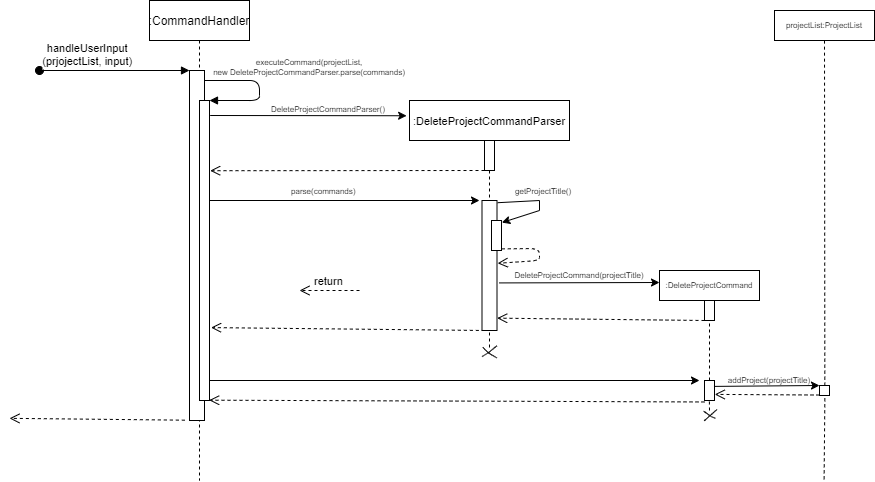
nus-cs2113-AY2122S2/tp keeps this draw.io diagram as docs/UmlDiagrams/addProjectNew.png. Above is the earlier version. Source tidied: cells renumbered, new cells last; positions are measured from the earlier drawing's top-left corner, leaving out a move shared by most shapes.
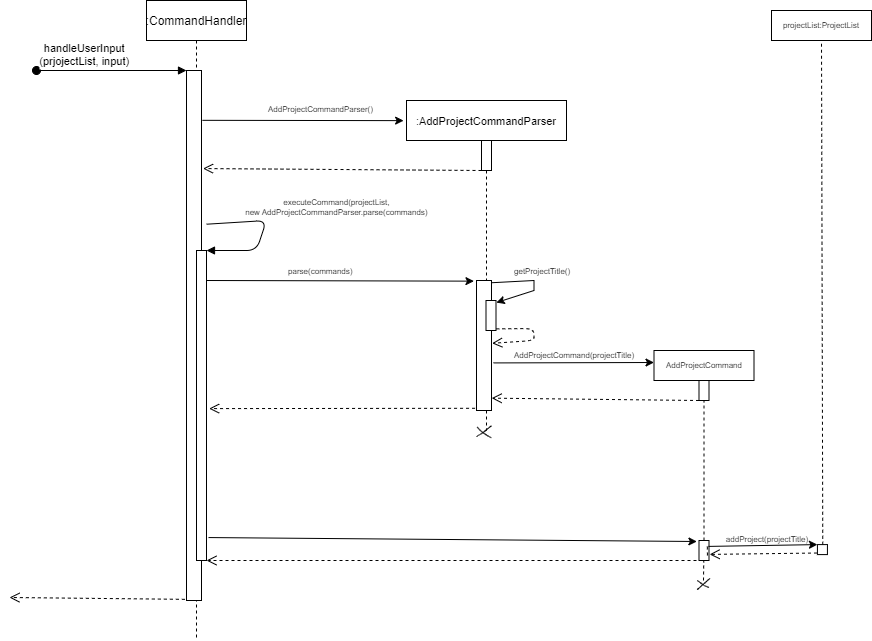
Later version of the same file.

Change to the diagram source:
```diff
@@ -5,8 +5,8 @@
     <mxCell id="2" value=":CommandHandler" style="shape=umlLifeline;perimeter=lifelinePerimeter;rounded=0;shadow=0;strokeWidth=1;" parent="1" vertex="1">
-      <mxGeometry x="140" width="100" height="480" as="geometry" />
+      <mxGeometry x="140" width="100" height="640" as="geometry" />
     </mxCell>
-    <mxCell id="3" style="points=[];perimeter=orthogonalPerimeter;rounded=0;shadow=0;strokeWidth=1;" parent="2" vertex="1">
-      <mxGeometry x="40" y="70" width="15" height="350" as="geometry" />
-    </mxCell>
+    <mxCell id="45" style="points=[];perimeter=orthogonalPerimeter;rounded=0;shadow=0;strokeWidth=1;" parent="2" vertex="1">
+      <mxGeometry x="40" y="70" width="15" height="530" as="geometry" />
+    </mxCell>
-    <mxCell id="4" value="handleUserInput&#10;(prjojectList, input)" style="verticalAlign=bottom;startArrow=oval;endArrow=block;startSize=8;shadow=0;strokeWidth=1;" parent="2" edge="1" target="3">
+    <mxCell id="4" value="handleUserInput&#10;(prjojectList, input)" style="verticalAlign=bottom;startArrow=oval;endArrow=block;startSize=8;shadow=0;strokeWidth=1;" parent="2" edge="1" target="45">
       <mxGeometry x="-0.35" relative="1" as="geometry">
@@ -15,133 +15,65 @@
     </mxCell>
-    <mxCell id="5" value="executeCommand(projectList,&#10;new DeleteProjectCommandParser.parse(commands)" style="verticalAlign=bottom;endArrow=block;shadow=0;strokeWidth=1;fontSize=8;" parent="2" edge="1" source="3">
-      <mxGeometry x="-0.12" y="50" relative="1" as="geometry">
-        <mxPoint x="60" y="100" as="targetPoint" />
-        <Array as="points">
-          <mxPoint x="110" y="80" />
-          <mxPoint x="110" y="100" />
-        </Array>
-      </mxGeometry>
-    </mxCell>
-    <mxCell id="6" style="endArrow=classic;html=1;rounded=0;fontSize=8;exitX=1.26;exitY=0.119;exitDx=0;exitDy=0;exitPerimeter=0;" parent="2" edge="1">
-      <mxGeometry relative="1" as="geometry">
-        <mxPoint x="55" y="380" as="sourcePoint" />
-        <mxPoint x="550" y="380" as="targetPoint" />
-      </mxGeometry>
-    </mxCell>
-    <mxCell id="7" value=":DeleteProjectCommandParser" style="shape=umlLifeline;perimeter=lifelinePerimeter;rounded=0;shadow=0;strokeWidth=1;fontSize=11;" parent="1" vertex="1">
-      <mxGeometry x="400" y="100" width="160" height="250" as="geometry" />
-    </mxCell>
+    <mxCell id="46" style="endArrow=classic;html=1;rounded=0;fontSize=8;entryX=-0.17;entryY=0.005;entryDx=0;entryDy=0;entryPerimeter=0;" parent="2" edge="1" target="65">
+      <mxGeometry relative="1" as="geometry">
+        <mxPoint x="60" y="280" as="sourcePoint" />
+      </mxGeometry>
+    </mxCell>
+    <mxCell id="47" value=":AddProjectCommandParser" style="shape=umlLifeline;perimeter=lifelinePerimeter;rounded=0;shadow=0;strokeWidth=1;fontSize=11;" parent="1" vertex="1">
+      <mxGeometry x="400" y="100" width="160" height="330" as="geometry" />
+    </mxCell>
-    <mxCell id="8" style="perimeter=orthogonalPerimeter;rounded=0;shadow=0;strokeWidth=1;" parent="7" vertex="1">
+    <mxCell id="8" style="perimeter=orthogonalPerimeter;rounded=0;shadow=0;strokeWidth=1;" parent="47" vertex="1">
       <mxGeometry x="75" y="40" width="10" height="30" as="geometry" />
     </mxCell>
-    <mxCell id="9" style="verticalAlign=bottom;endArrow=open;dashed=1;endSize=8;shadow=0;strokeWidth=1;entryX=1.067;entryY=0.234;entryDx=0;entryDy=0;entryPerimeter=0;" parent="7" edge="1" target="15">
-      <mxGeometry relative="1" as="geometry">
-        <mxPoint x="75" y="70" as="sourcePoint" />
-      </mxGeometry>
-    </mxCell>
-    <mxCell id="10" style="points=[];perimeter=orthogonalPerimeter;rounded=0;shadow=0;strokeWidth=1;" parent="7" vertex="1">
-      <mxGeometry x="72.5" y="100" width="15" height="130" as="geometry" />
-    </mxCell>
-    <mxCell id="11" style="points=[];perimeter=orthogonalPerimeter;rounded=0;shadow=0;strokeWidth=1;" parent="7" vertex="1">
-      <mxGeometry x="82" y="120" width="10" height="30" as="geometry" />
-    </mxCell>
-    <mxCell id="12" style="endArrow=classic;html=1;rounded=0;fontSize=8;exitX=1.04;exitY=0.017;exitDx=0;exitDy=0;exitPerimeter=0;entryX=1.033;entryY=0.07;entryDx=0;entryDy=0;entryPerimeter=0;" parent="7" edge="1" source="10" target="11">
-      <mxGeometry relative="1" as="geometry">
-        <Array as="points">
-          <mxPoint x="130" y="100" />
-          <mxPoint x="130" y="110" />
-        </Array>
-      </mxGeometry>
-    </mxCell>
-    <mxCell id="13" style="verticalAlign=bottom;endArrow=open;dashed=1;endSize=8;shadow=0;strokeWidth=1;exitX=1.029;exitY=0.946;exitDx=0;exitDy=0;exitPerimeter=0;entryX=1.043;entryY=0.483;entryDx=0;entryDy=0;entryPerimeter=0;" parent="7" edge="1" source="11" target="10">
-      <mxGeometry x="-0.67" y="-30" relative="1" as="geometry">
-        <Array as="points">
-          <mxPoint x="130" y="148" />
-          <mxPoint x="130" y="160" />
-        </Array>
-      </mxGeometry>
-    </mxCell>
-    <mxCell id="14" value="return" style="verticalAlign=bottom;endArrow=open;dashed=1;endSize=8;shadow=0;strokeWidth=1;" parent="1" edge="1">
-      <mxGeometry relative="1" as="geometry">
-        <mxPoint x="350" y="290" as="sourcePoint" />
-        <mxPoint x="290" y="290" as="targetPoint" />
-      </mxGeometry>
-    </mxCell>
-    <mxCell id="15" style="rounded=0;whiteSpace=wrap;html=1;fontSize=8;" parent="1" vertex="1">
-      <mxGeometry x="190" y="100" width="10" height="300" as="geometry" />
-    </mxCell>
-    <mxCell id="16" style="endArrow=classic;html=1;rounded=0;fontSize=8;entryX=-0.018;entryY=0.061;entryDx=0;entryDy=0;entryPerimeter=0;exitX=1.067;exitY=0.05;exitDx=0;exitDy=0;exitPerimeter=0;" parent="1" edge="1" source="15" target="7">
-      <mxGeometry relative="1" as="geometry" />
-    </mxCell>
-    <mxCell id="17" value="&lt;div style=&quot;text-align: center&quot;&gt;&lt;font face=&quot;helvetica&quot;&gt;&lt;span style=&quot;background-color: rgb(255 , 255 , 255)&quot;&gt;DeleteProjectCommandParser()&lt;/span&gt;&lt;/font&gt;&lt;/div&gt;" style="text;whiteSpace=wrap;html=1;fontSize=8;" parent="1" vertex="1">
-      <mxGeometry x="260" y="98" width="110" height="20" as="geometry" />
-    </mxCell>
-    <mxCell id="18" style="endArrow=classic;html=1;rounded=0;fontSize=8;exitX=1.26;exitY=0.119;exitDx=0;exitDy=0;exitPerimeter=0;" parent="1" edge="1">
-      <mxGeometry relative="1" as="geometry">
-        <mxPoint x="200" y="200" as="sourcePoint" />
-        <mxPoint x="470" y="200" as="targetPoint" />
-      </mxGeometry>
-    </mxCell>
+    <mxCell id="48" style="verticalAlign=bottom;endArrow=open;dashed=1;endSize=8;shadow=0;strokeWidth=1;entryX=1.103;entryY=0.185;entryDx=0;entryDy=0;entryPerimeter=0;" parent="47" edge="1" target="45">
+      <mxGeometry relative="1" as="geometry">
+        <mxPoint x="75" y="70" as="sourcePoint" />
+      </mxGeometry>
+    </mxCell>
+    <mxCell id="49" style="rounded=0;whiteSpace=wrap;html=1;fontSize=8;" parent="1" vertex="1">
+      <mxGeometry x="190" y="250" width="10" height="310" as="geometry" />
+    </mxCell>
+    <mxCell id="50" style="endArrow=classic;html=1;rounded=0;fontSize=8;entryX=-0.018;entryY=0.061;entryDx=0;entryDy=0;entryPerimeter=0;exitX=1.063;exitY=0.094;exitDx=0;exitDy=0;exitPerimeter=0;" parent="1" edge="1" source="45" target="47">
+      <mxGeometry relative="1" as="geometry" />
+    </mxCell>
+    <mxCell id="51" value="&lt;div style=&quot;text-align: center&quot;&gt;&lt;font face=&quot;helvetica&quot;&gt;&lt;span style=&quot;background-color: rgb(255 , 255 , 255)&quot;&gt;AddProjectCommandParser()&lt;/span&gt;&lt;/font&gt;&lt;/div&gt;" style="text;whiteSpace=wrap;html=1;fontSize=8;" parent="1" vertex="1">
+      <mxGeometry x="260" y="98" width="110" height="20" as="geometry" />
+    </mxCell>
     <mxCell id="19" value="&lt;div style=&quot;text-align: center&quot;&gt;&lt;font face=&quot;helvetica&quot;&gt;&lt;span style=&quot;background-color: rgb(255 , 255 , 255)&quot;&gt;parse(commands)&lt;/span&gt;&lt;/font&gt;&lt;/div&gt;" style="text;whiteSpace=wrap;html=1;fontSize=8;" parent="1" vertex="1">
-      <mxGeometry x="280" y="180" width="110" height="20" as="geometry" />
+      <mxGeometry x="280" y="260" width="110" height="20" as="geometry" />
     </mxCell>
     <mxCell id="20" value="&lt;div style=&quot;text-align: center&quot;&gt;&lt;font face=&quot;helvetica&quot;&gt;&lt;span style=&quot;background-color: rgb(255 , 255 , 255)&quot;&gt;getProjectTitle()&lt;/span&gt;&lt;/font&gt;&lt;/div&gt;" style="text;whiteSpace=wrap;html=1;fontSize=8;" parent="1" vertex="1">
-      <mxGeometry x="504" y="180" width="110" height="20" as="geometry" />
+      <mxGeometry x="505.5" y="260" width="110" height="20" as="geometry" />
     </mxCell>
-    <mxCell id="21" style="endArrow=classic;html=1;rounded=0;fontSize=8;exitX=1.134;exitY=0.634;exitDx=0;exitDy=0;exitPerimeter=0;" parent="1" edge="1" source="10">
-      <mxGeometry relative="1" as="geometry">
-        <mxPoint x="650" y="282" as="targetPoint" />
-      </mxGeometry>
-    </mxCell>
-    <mxCell id="22" style="rounded=0;whiteSpace=wrap;html=1;fontSize=8;" parent="1" vertex="1">
-      <mxGeometry x="650" y="270" width="100" height="30" as="geometry" />
-    </mxCell>
-    <mxCell id="23" value=":DeleteProjectCommand" style="text;html=1;strokeColor=none;fillColor=none;align=center;verticalAlign=middle;whiteSpace=wrap;rounded=0;fontSize=8;" parent="1" vertex="1">
-      <mxGeometry x="670" y="270" width="60" height="30" as="geometry" />
-    </mxCell>
-    <mxCell id="24" value="DeleteProjectCommand(projectTitle)" style="text;html=1;strokeColor=none;fillColor=none;align=center;verticalAlign=middle;whiteSpace=wrap;rounded=0;fontSize=8;" parent="1" vertex="1">
-      <mxGeometry x="540" y="260" width="60" height="30" as="geometry" />
-    </mxCell>
-    <mxCell id="25" style="points=[];perimeter=orthogonalPerimeter;rounded=0;shadow=0;strokeWidth=1;" parent="1" vertex="1">
-      <mxGeometry x="695" y="300" width="10" height="20" as="geometry" />
-    </mxCell>
-    <mxCell id="26" style="verticalAlign=bottom;endArrow=open;dashed=1;endSize=8;shadow=0;strokeWidth=1;entryX=1.012;entryY=0.905;entryDx=0;entryDy=0;entryPerimeter=0;" parent="1" edge="1" target="10">
-      <mxGeometry x="0.11" y="-9" relative="1" as="geometry">
-        <mxPoint x="695" y="320" as="sourcePoint" />
-      </mxGeometry>
-    </mxCell>
-    <mxCell id="27" style="verticalAlign=bottom;endArrow=open;dashed=1;endSize=8;shadow=0;strokeWidth=1;entryX=1.156;entryY=0.757;entryDx=0;entryDy=0;entryPerimeter=0;" parent="1" edge="1" target="15">
-      <mxGeometry x="0.11" y="-9" relative="1" as="geometry">
-        <mxPoint x="475.3" y="330" as="sourcePoint" />
-      </mxGeometry>
-    </mxCell>
-    <mxCell id="28" style="endArrow=none;dashed=1;html=1;rounded=0;fontSize=8;entryX=0.5;entryY=1;entryDx=0;entryDy=0;entryPerimeter=0;exitX=0.5;exitY=0;exitDx=0;exitDy=0;exitPerimeter=0;" parent="1" edge="1" source="31" target="25">
-      <mxGeometry relative="1" as="geometry" />
-    </mxCell>
-    <mxCell id="29" style="shape=(stored shape, 400 characters);fillColor=none;fontSize=8;" parent="1" vertex="1">
-      <mxGeometry x="473.2" y="346.6" width="14.1" height="10.9" as="geometry" />
-    </mxCell>
-    <mxCell id="30" style="shape=(stored shape, 496 characters);fillColor=none;fontSize=8;" parent="1" vertex="1">
-      <mxGeometry x="472.6" y="345.3" width="15" height="10.9" as="geometry" />
-    </mxCell>
-    <mxCell id="31" style="points=[];perimeter=orthogonalPerimeter;rounded=0;shadow=0;strokeWidth=1;" parent="1" vertex="1">
-      <mxGeometry x="695" y="380" width="10" height="20" as="geometry" />
-    </mxCell>
-    <mxCell id="32" style="verticalAlign=bottom;endArrow=open;dashed=1;endSize=8;shadow=0;strokeWidth=1;entryX=1.311;entryY=0.942;entryDx=0;entryDy=0;entryPerimeter=0;" parent="1" edge="1" target="3">
-      <mxGeometry x="0.11" y="-9" relative="1" as="geometry">
-        <mxPoint x="695" y="401.5" as="sourcePoint" />
-      </mxGeometry>
-    </mxCell>
-    <mxCell id="33" style="endArrow=none;dashed=1;html=1;rounded=0;fontSize=8;entryX=0.5;entryY=1;entryDx=0;entryDy=0;entryPerimeter=0;" parent="1" edge="1">
-      <mxGeometry relative="1" as="geometry">
-        <mxPoint x="700" y="410" as="sourcePoint" />
-        <mxPoint x="699.9" y="400" as="targetPoint" />
-      </mxGeometry>
-    </mxCell>
-    <mxCell id="34" style="shape=(stored shape, 420 characters);fillColor=none;fontSize=8;" parent="1" vertex="1">
-      <mxGeometry x="694.1" y="410.8" width="11.9" height="7.1" as="geometry" />
-    </mxCell>
-    <mxCell id="35" style="shape=(stored shape, 264 characters);fillColor=none;fontSize=8;" parent="1" vertex="1">
-      <mxGeometry x="694.6" y="409.1" width="13" height="11.1" as="geometry" />
-    </mxCell>
+    <mxCell id="52" style="verticalAlign=bottom;endArrow=open;dashed=1;endSize=8;shadow=0;strokeWidth=1;entryX=1.264;entryY=0.51;entryDx=0;entryDy=0;exitX=-0.097;exitY=0.983;exitDx=0;exitDy=0;exitPerimeter=0;entryPerimeter=0;" parent="1" edge="1" source="65" target="49">
+      <mxGeometry x="0.11" y="-9" relative="1" as="geometry" />
+    </mxCell>
+    <mxCell id="53" style="endArrow=none;dashed=1;html=1;rounded=0;fontSize=8;entryX=0.5;entryY=1;entryDx=0;entryDy=0;entryPerimeter=0;exitX=0.5;exitY=0;exitDx=0;exitDy=0;exitPerimeter=0;" parent="1" edge="1" source="54" target="73">
+      <mxGeometry relative="1" as="geometry" />
+    </mxCell>
+    <mxCell id="54" style="points=[];perimeter=orthogonalPerimeter;rounded=0;shadow=0;strokeWidth=1;" parent="1" vertex="1">
+      <mxGeometry x="692.5" y="540" width="10" height="20" as="geometry" />
+    </mxCell>
+    <mxCell id="55" style="verticalAlign=bottom;endArrow=open;dashed=1;endSize=8;shadow=0;strokeWidth=1;entryX=1;entryY=1;entryDx=0;entryDy=0;" parent="1" edge="1" target="49">
+      <mxGeometry x="0.11" y="-9" relative="1" as="geometry">
+        <mxPoint x="690" y="560" as="sourcePoint" />
+      </mxGeometry>
+    </mxCell>
+    <mxCell id="56" style="endArrow=none;dashed=1;html=1;rounded=0;fontSize=8;entryX=0.5;entryY=1;entryDx=0;entryDy=0;entryPerimeter=0;" parent="1" edge="1">
+      <mxGeometry relative="1" as="geometry">
+        <mxPoint x="700.9" y="555" as="sourcePoint" />
+        <mxPoint x="700.8" y="545" as="targetPoint" />
+      </mxGeometry>
+    </mxCell>
+    <mxCell id="57" style="shape=(stored shape, 420 characters);fillColor=none;fontSize=8;" parent="1" vertex="1">
+      <mxGeometry x="690.6" y="580" width="11.9" height="7.1" as="geometry" />
+    </mxCell>
+    <mxCell id="58" style="shape=(stored shape, 264 characters);fillColor=none;fontSize=8;" parent="1" vertex="1">
+      <mxGeometry x="690.6" y="578" width="13" height="11.1" as="geometry" />
+    </mxCell>
+    <mxCell id="59" style="verticalAlign=bottom;endArrow=open;dashed=1;endSize=8;shadow=0;strokeWidth=1;" parent="1" edge="1">
+      <mxGeometry x="0.11" y="-9" relative="1" as="geometry">
+        <mxPoint x="178.3" y="598.8" as="sourcePoint" />
+        <mxPoint x="3" y="597" as="targetPoint" />
+      </mxGeometry>
+    </mxCell>
     <mxCell id="36" style="rounded=0;whiteSpace=wrap;html=1;fontSize=8;" parent="1" vertex="1">
@@ -152,34 +84,85 @@
     </mxCell>
-    <mxCell id="38" style="endArrow=none;dashed=1;html=1;rounded=0;fontSize=11;entryX=0.5;entryY=1;entryDx=0;entryDy=0;exitX=0.533;exitY=0.014;exitDx=0;exitDy=0;exitPerimeter=0;" parent="1" edge="1" source="39" target="37">
-      <mxGeometry relative="1" as="geometry" />
-    </mxCell>
-    <mxCell id="39" style="points=[];perimeter=orthogonalPerimeter;rounded=0;shadow=0;strokeWidth=1;" parent="1" vertex="1">
-      <mxGeometry x="810" y="385" width="10" height="10" as="geometry" />
-    </mxCell>
-    <mxCell id="40" style="endArrow=classic;html=1;rounded=0;fontSize=11;exitX=0.948;exitY=0.295;exitDx=0;exitDy=0;exitPerimeter=0;entryX=0;entryY=0;entryDx=0;entryDy=0;entryPerimeter=0;" parent="1" edge="1" target="39">
-      <mxGeometry relative="1" as="geometry">
-        <mxPoint x="704.5" y="385.9" as="sourcePoint" />
-      </mxGeometry>
-    </mxCell>
+    <mxCell id="60" style="endArrow=none;dashed=1;html=1;rounded=0;fontSize=11;entryX=0.5;entryY=1;entryDx=0;entryDy=0;exitX=0.533;exitY=0.014;exitDx=0;exitDy=0;exitPerimeter=0;" parent="1" edge="1" source="61" target="37">
+      <mxGeometry relative="1" as="geometry" />
+    </mxCell>
+    <mxCell id="61" style="points=[];perimeter=orthogonalPerimeter;rounded=0;shadow=0;strokeWidth=1;" parent="1" vertex="1">
+      <mxGeometry x="810.9" y="544.1" width="10" height="10" as="geometry" />
+    </mxCell>
+    <mxCell id="62" style="endArrow=classic;html=1;rounded=0;fontSize=11;exitX=0.948;exitY=0.295;exitDx=0;exitDy=0;exitPerimeter=0;entryX=0;entryY=0;entryDx=0;entryDy=0;entryPerimeter=0;" parent="1" edge="1" source="54" target="61">
+      <mxGeometry relative="1" as="geometry" />
+    </mxCell>
     <mxCell id="41" value="addProject(projectTitle)" style="text;html=1;strokeColor=none;fillColor=none;align=center;verticalAlign=middle;whiteSpace=wrap;rounded=0;fontSize=8;" parent="1" vertex="1">
-      <mxGeometry x="730" y="365" width="60" height="30" as="geometry" />
+      <mxGeometry x="730.9" y="524.1" width="60" height="30" as="geometry" />
     </mxCell>
-    <mxCell id="42" style="verticalAlign=bottom;endArrow=open;dashed=1;endSize=8;shadow=0;strokeWidth=1;entryX=1.024;entryY=0.695;entryDx=0;entryDy=0;entryPerimeter=0;" parent="1" edge="1">
-      <mxGeometry x="0.11" y="-9" relative="1" as="geometry">
-        <mxPoint x="810" y="394.5" as="sourcePoint" />
-        <mxPoint x="705.2" y="393.9" as="targetPoint" />
-      </mxGeometry>
-    </mxCell>
-    <mxCell id="43" style="endArrow=none;dashed=1;html=1;rounded=0;fontSize=11;entryX=0.435;entryY=1.044;entryDx=0;entryDy=0;entryPerimeter=0;exitX=0.533;exitY=0.014;exitDx=0;exitDy=0;exitPerimeter=0;" parent="1" edge="1">
-      <mxGeometry relative="1" as="geometry">
-        <mxPoint x="814.6" y="478.8" as="sourcePoint" />
-        <mxPoint x="815.4" y="395" as="targetPoint" />
-      </mxGeometry>
-    </mxCell>
-    <mxCell id="44" style="verticalAlign=bottom;endArrow=open;dashed=1;endSize=8;shadow=0;strokeWidth=1;" parent="1" edge="1">
-      <mxGeometry x="0.11" y="-9" relative="1" as="geometry">
-        <mxPoint x="175.3" y="419.7" as="sourcePoint" />
-        <mxPoint y="417.8" as="targetPoint" />
-      </mxGeometry>
-    </mxCell>
+    <mxCell id="63" style="verticalAlign=bottom;endArrow=open;dashed=1;endSize=8;shadow=0;strokeWidth=1;exitX=-0.045;exitY=0.843;exitDx=0;exitDy=0;exitPerimeter=0;entryX=1.063;entryY=0.695;entryDx=0;entryDy=0;entryPerimeter=0;" parent="1" edge="1" source="61" target="54">
+      <mxGeometry x="0.11" y="-9" relative="1" as="geometry" />
+    </mxCell>
+    <mxCell id="64" style="endArrow=classic;html=1;rounded=0;fontSize=8;exitX=1.2;exitY=0.926;exitDx=0;exitDy=0;exitPerimeter=0;entryX=-0.212;entryY=0.05;entryDx=0;entryDy=0;entryPerimeter=0;" parent="1" edge="1" source="49" target="54">
+      <mxGeometry relative="1" as="geometry" />
+    </mxCell>
+    <mxCell id="65" style="points=[];perimeter=orthogonalPerimeter;rounded=0;shadow=0;strokeWidth=1;" parent="1" vertex="1">
+      <mxGeometry x="470" y="280" width="15" height="130" as="geometry" />
+    </mxCell>
+    <mxCell id="66" style="points=[];perimeter=orthogonalPerimeter;rounded=0;shadow=0;strokeWidth=1;" parent="1" vertex="1">
+      <mxGeometry x="479.5" y="300" width="10" height="30" as="geometry" />
+    </mxCell>
+    <mxCell id="67" style="endArrow=classic;html=1;rounded=0;fontSize=8;exitX=1.04;exitY=0.017;exitDx=0;exitDy=0;exitPerimeter=0;entryX=1.033;entryY=0.07;entryDx=0;entryDy=0;entryPerimeter=0;" parent="1" edge="1" source="65" target="66">
+      <mxGeometry relative="1" as="geometry">
+        <Array as="points">
+          <mxPoint x="527.5" y="280" />
+          <mxPoint x="527.5" y="290" />
+        </Array>
+      </mxGeometry>
+    </mxCell>
+    <mxCell id="68" style="verticalAlign=bottom;endArrow=open;dashed=1;endSize=8;shadow=0;strokeWidth=1;exitX=1.029;exitY=0.946;exitDx=0;exitDy=0;exitPerimeter=0;entryX=1.043;entryY=0.483;entryDx=0;entryDy=0;entryPerimeter=0;" parent="1" edge="1" source="66" target="65">
+      <mxGeometry x="-0.67" y="-30" relative="1" as="geometry">
+        <Array as="points">
+          <mxPoint x="527.5" y="328" />
+          <mxPoint x="527.5" y="340" />
+        </Array>
+      </mxGeometry>
+    </mxCell>
+    <mxCell id="69" style="endArrow=classic;html=1;rounded=0;fontSize=8;exitX=1.134;exitY=0.634;exitDx=0;exitDy=0;exitPerimeter=0;" parent="1" edge="1" source="65">
+      <mxGeometry relative="1" as="geometry">
+        <mxPoint x="647.5" y="362" as="targetPoint" />
+      </mxGeometry>
+    </mxCell>
+    <mxCell id="70" style="rounded=0;whiteSpace=wrap;html=1;fontSize=8;" parent="1" vertex="1">
+      <mxGeometry x="647.5" y="350" width="100" height="30" as="geometry" />
+    </mxCell>
+    <mxCell id="71" value="AddProjectCommand" style="text;html=1;strokeColor=none;fillColor=none;align=center;verticalAlign=middle;whiteSpace=wrap;rounded=0;fontSize=8;" parent="1" vertex="1">
+      <mxGeometry x="667.5" y="350" width="60" height="30" as="geometry" />
+    </mxCell>
+    <mxCell id="72" value="AddProjectCommand(projectTitle)" style="text;html=1;strokeColor=none;fillColor=none;align=center;verticalAlign=middle;whiteSpace=wrap;rounded=0;fontSize=8;" parent="1" vertex="1">
+      <mxGeometry x="537.5" y="340" width="60" height="30" as="geometry" />
+    </mxCell>
+    <mxCell id="73" style="points=[];perimeter=orthogonalPerimeter;rounded=0;shadow=0;strokeWidth=1;" parent="1" vertex="1">
+      <mxGeometry x="692.5" y="380" width="10" height="20" as="geometry" />
+    </mxCell>
+    <mxCell id="74" style="verticalAlign=bottom;endArrow=open;dashed=1;endSize=8;shadow=0;strokeWidth=1;entryX=1.012;entryY=0.905;entryDx=0;entryDy=0;entryPerimeter=0;" parent="1" edge="1" target="65">
+      <mxGeometry x="0.11" y="-9" relative="1" as="geometry">
+        <mxPoint x="692.5" y="400" as="sourcePoint" />
+      </mxGeometry>
+    </mxCell>
+    <mxCell id="75" style="shape=(stored shape, 400 characters);fillColor=none;fontSize=8;" parent="1" vertex="1">
+      <mxGeometry x="470.7" y="426.6" width="14.1" height="10.9" as="geometry" />
+    </mxCell>
+    <mxCell id="76" style="shape=(stored shape, 496 characters);fillColor=none;fontSize=8;" parent="1" vertex="1">
+      <mxGeometry x="470.1" y="425.3" width="15" height="10.9" as="geometry" />
+    </mxCell>
+    <mxCell id="77" value="executeCommand(projectList,&#10;new AddProjectCommandParser.parse(commands)" style="verticalAlign=bottom;endArrow=block;shadow=0;strokeWidth=1;fontSize=8;exitX=1.345;exitY=0.29;exitDx=0;exitDy=0;exitPerimeter=0;entryX=1;entryY=0;entryDx=0;entryDy=0;" parent="1" edge="1" source="45" target="49">
+      <mxGeometry x="-0.15" y="70" relative="1" as="geometry">
+        <Array as="points">
+          <mxPoint x="260" y="220" />
+          <mxPoint x="250" y="250" />
+        </Array>
+        <mxPoint x="4" y="-22" as="offset" />
+      </mxGeometry>
+    </mxCell>
+    <mxCell id="78" style="endArrow=none;dashed=1;html=1;rounded=0;fontSize=8;entryX=0.5;entryY=1;entryDx=0;entryDy=0;entryPerimeter=0;" parent="1" edge="1">
+      <mxGeometry relative="1" as="geometry">
+        <mxPoint x="697" y="580" as="sourcePoint" />
+        <mxPoint x="697.3" y="560" as="targetPoint" />
+      </mxGeometry>
+    </mxCell>
   </root>
```
